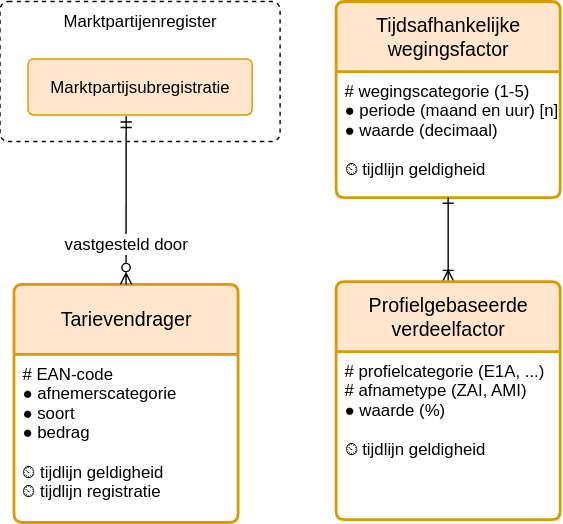
Earlier version of the draw.io export registers/tarievenregister/1.0/tarievenregister.drawio.svg (Netbeheer-Nederland/stelsel). Source tidied: cells renumbered, new cells last; positions are measured from the earlier drawing's top-left corner, leaving out a move shared by most shapes.
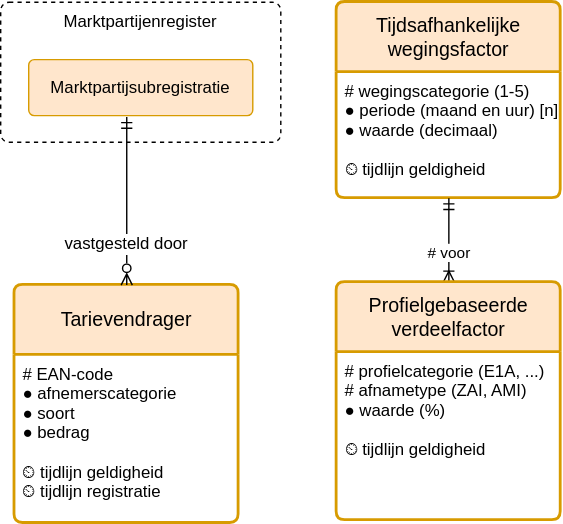
Above is the later version.

Commit message:
Tikfout gecorrigeerd

Change to the diagram source:
```diff
@@ -25,9 +25,14 @@
     <mxCell id="8" value="# wegingscategorie (1-5)&#10;● periode (maand en uur) [n]&#10;● waarde (decimaal)&#10;&#10;⏲ tijdlijn geldigheid&#10;" style="align=left;strokeColor=none;fillColor=none;spacingLeft=4;fontSize=12;verticalAlign=top;" parent="7" vertex="1">
       <mxGeometry y="50" width="160" height="90" as="geometry" />
     </mxCell>
-    <mxCell id="9" style="edgeStyle=orthogonalEdgeStyle;rounded=0;jettySize=auto;html=1;entryX=0.5;entryY=1;entryDx=0;entryDy=0;endArrow=ERone;endFill=0;startArrow=ERoneToMany;startFill=0;" parent="1" edge="1" source="10" target="8">
+    <mxCell id="9" style="edgeStyle=orthogonalEdgeStyle;rounded=0;jettySize=auto;html=1;entryX=0.5;entryY=1;entryDx=0;entryDy=0;endArrow=ERmandOne;endFill=0;startArrow=ERoneToMany;startFill=0;" parent="1" edge="1" source="10" target="8">
       <mxGeometry relative="1" as="geometry" />
     </mxCell>
+    <mxCell id="12" value="# voor" style="edgeLabel;html=1;align=center;verticalAlign=middle;" parent="9" vertex="1">
+      <mxGeometry x="0.27" y="1" relative="1" as="geometry">
+        <mxPoint y="16" as="offset" />
+      </mxGeometry>
+    </mxCell>
     <mxCell id="10" value="Profielgebaseerde verdeelfactor" style="swimlane;horizontal=1;startSize=50;rounded=1;fontSize=14;fontStyle=0;strokeWidth=2;shadow=0;dashed=0;align=center;fillColor=#ffe6cc;strokeColor=#d79b00;arcSize=4;whiteSpace=wrap;" parent="1" vertex="1">
       <mxGeometry x="240" y="200" width="160" height="170" as="geometry" />
     </mxCell>
```
